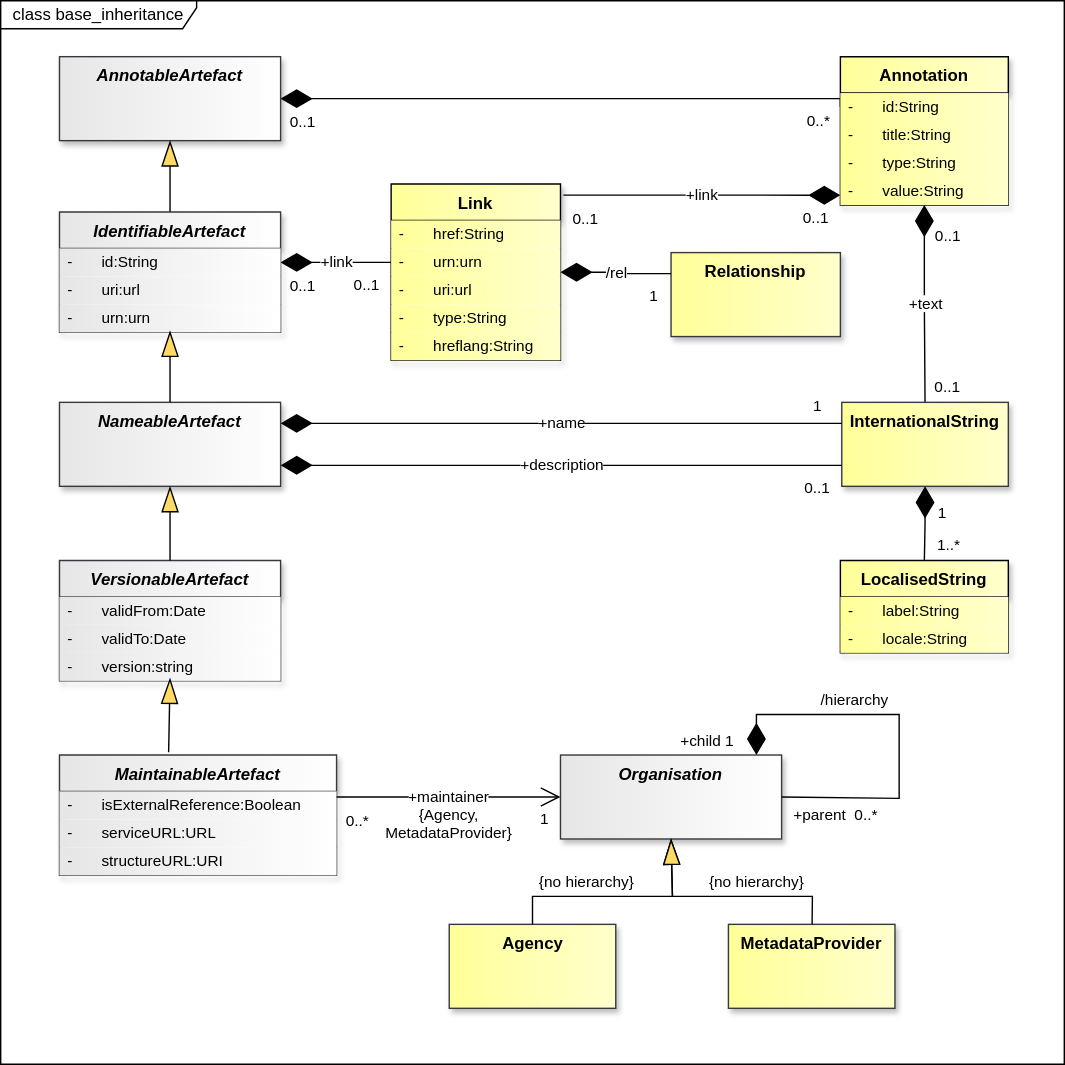
Above: docs/information_model/media/sdmx_base-base_inheritance.svg in dosse/sdmx-im (draw.io), before the change. Source tidied: cells renumbered, new cells last; positions are measured from the earlier drawing's top-left corner, leaving out a move shared by most shapes.
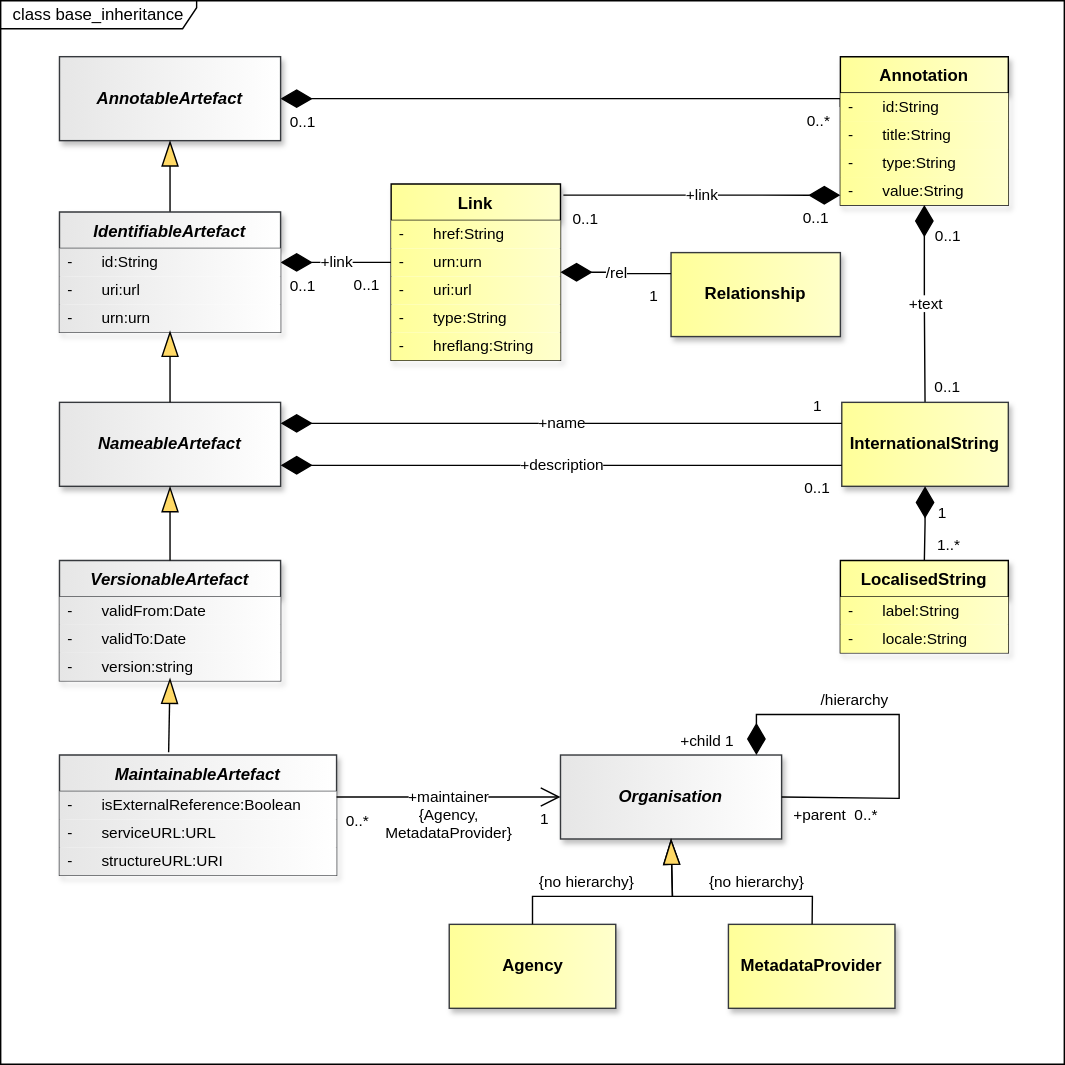
The same diagram one commit later.

Commit message:
https://github.com/sdmx-twg/sdmx-im/issues/1

The edit, as a diff of the source:
```diff
@@ -123,7 +123,7 @@
     <mxCell id="37" value="-&lt;span style=&quot;white-space: pre;&quot;&gt;&#9;&lt;/span&gt;value:String" style="text;strokeColor=none;fillColor=light-dark(#FFFF99,#FFFF99);align=left;verticalAlign=middle;spacingLeft=4;spacingRight=4;overflow=hidden;whiteSpace=wrap;html=1;fontSize=11;gradientColor=light-dark(#FFFFCC,#FFFFCC);gradientDirection=east;fontColor=light-dark(#000000,#000000);strokeWidth=0;" parent="33" vertex="1">
       <mxGeometry y="86" width="120" height="20" as="geometry" />
     </mxCell>
-    <mxCell id="38" value="&lt;span&gt;&lt;span&gt;AnnotableArtefact&lt;/span&gt;&lt;/span&gt;" style="whiteSpace=wrap;html=1;verticalAlign=top;gradientDirection=east;imageVerticalAlign=top;fontStyle=3;fillColor=light-dark(#E6E6E6,#E6E6E6);strokeColor=#36393d;fontColor=light-dark(#000000,#000000);gradientColor=light-dark(#FFFFFF,#FFFFFF);shadow=1;" parent="1" vertex="1">
+    <mxCell id="38" value="&lt;span&gt;&lt;span&gt;AnnotableArtefact&lt;/span&gt;&lt;/span&gt;" style="whiteSpace=wrap;html=1;verticalAlign=middle;gradientDirection=east;imageVerticalAlign=top;fontStyle=3;fillColor=light-dark(#E6E6E6,#E6E6E6);strokeColor=#36393d;fontColor=light-dark(#000000,#000000);gradientColor=light-dark(#FFFFFF,#FFFFFF);shadow=1;" parent="1" vertex="1">
       <mxGeometry x="42" y="40" width="158" height="60" as="geometry" />
     </mxCell>
     <mxCell id="39" style="endArrow=blockThin;endSize=16;endFill=1;html=1;rounded=0;entryX=0.5;entryY=1;entryDx=0;entryDy=0;exitX=0.5;exitY=0;exitDx=0;exitDy=0;startFill=0;endFillColor=light-dark(#FFD966,#FFD966);strokeColor=light-dark(#000000,#FFFFFF);startFillColor=light-dark(#000000,#FFFFFF);labelBackgroundColor=none;labelBorderColor=light-dark(#000000,#FFFFFF);" parent="1" edge="1" source="40" target="38">
@@ -154,10 +154,10 @@
         <mxPoint x="25" y="-25" as="offset" />
       </mxGeometry>
     </mxCell>
-    <mxCell id="47" value="&lt;span&gt;&lt;span&gt;InternationalString&lt;/span&gt;&lt;/span&gt;" style="whiteSpace=wrap;html=1;verticalAlign=top;gradientDirection=east;imageVerticalAlign=top;fontStyle=1;fillColor=light-dark(#FFFF99,#FFFF99);strokeColor=#36393d;fontColor=light-dark(#000000,#000000);gradientColor=light-dark(#FFFFCC,#FFFFCC);shadow=1;" parent="1" vertex="1">
+    <mxCell id="47" value="&lt;span&gt;&lt;span&gt;InternationalString&lt;/span&gt;&lt;/span&gt;" style="whiteSpace=wrap;html=1;verticalAlign=middle;gradientDirection=east;imageVerticalAlign=top;fontStyle=1;fillColor=light-dark(#FFFF99,#FFFF99);strokeColor=#36393d;fontColor=light-dark(#000000,#000000);gradientColor=light-dark(#FFFFCC,#FFFFCC);shadow=1;" parent="1" vertex="1">
       <mxGeometry x="601" y="287" width="119" height="60" as="geometry" />
     </mxCell>
-    <mxCell id="48" value="NameableArtefact" style="whiteSpace=wrap;html=1;verticalAlign=top;gradientDirection=east;imageVerticalAlign=top;fontStyle=3;fillColor=light-dark(#E6E6E6,#E6E6E6);strokeColor=#36393d;fontColor=light-dark(#000000,#000000);gradientColor=light-dark(#FFFFFF,#FFFFFF);shadow=1;" parent="1" vertex="1">
+    <mxCell id="48" value="NameableArtefact" style="whiteSpace=wrap;html=1;verticalAlign=middle;gradientDirection=east;imageVerticalAlign=top;fontStyle=3;fillColor=light-dark(#E6E6E6,#E6E6E6);strokeColor=#36393d;fontColor=light-dark(#000000,#000000);gradientColor=light-dark(#FFFFFF,#FFFFFF);shadow=1;" parent="1" vertex="1">
       <mxGeometry x="42" y="287" width="158" height="60" as="geometry" />
     </mxCell>
     <mxCell id="49" style="endArrow=blockThin;endSize=16;endFill=1;html=1;rounded=0;entryX=0.5;entryY=0.95;entryDx=0;entryDy=0;exitX=0.5;exitY=0;exitDx=0;exitDy=0;startFill=0;endFillColor=light-dark(#FFD966,#FFD966);strokeColor=light-dark(#000000,#FFFFFF);startFillColor=light-dark(#000000,#FFFFFF);labelBackgroundColor=none;labelBorderColor=light-dark(#000000,#FFFFFF);entryPerimeter=0;" parent="1" edge="1" source="48" target="43">
@@ -190,7 +190,7 @@
     <mxCell id="58" value="-&lt;span style=&quot;white-space: pre;&quot;&gt;&#9;&lt;/span&gt;hreflang:String" style="text;strokeColor=none;fillColor=light-dark(#FFFF99,#FFFF99);align=left;verticalAlign=middle;spacingLeft=4;spacingRight=4;overflow=hidden;whiteSpace=wrap;html=1;fontSize=11;gradientColor=light-dark(#FFFFCC,#FFFFCC);gradientDirection=east;fontColor=light-dark(#000000,#000000);strokeWidth=0;" parent="53" vertex="1">
       <mxGeometry y="106" width="121" height="20" as="geometry" />
     </mxCell>
-    <mxCell id="59" value="&lt;span&gt;&lt;span&gt;Relationship&lt;/span&gt;&lt;/span&gt;" style="whiteSpace=wrap;html=1;verticalAlign=top;gradientDirection=east;imageVerticalAlign=top;fontStyle=1;fillColor=light-dark(#FFFF99,#FFFF99);strokeColor=#36393d;fontColor=light-dark(#000000,#000000);gradientColor=light-dark(#FFFFCC,#FFFFCC);shadow=1;" parent="1" vertex="1">
+    <mxCell id="59" value="&lt;span&gt;&lt;span&gt;Relationship&lt;/span&gt;&lt;/span&gt;" style="whiteSpace=wrap;html=1;verticalAlign=middle;gradientDirection=east;imageVerticalAlign=top;fontStyle=1;fillColor=light-dark(#FFFF99,#FFFF99);strokeColor=#36393d;fontColor=light-dark(#000000,#000000);gradientColor=light-dark(#FFFFCC,#FFFFCC);shadow=1;" parent="1" vertex="1">
       <mxGeometry x="479" y="180" width="121" height="60" as="geometry" />
     </mxCell>
     <mxCell id="60" value="VersionableArtefact" style="swimlane;fontStyle=3;align=center;verticalAlign=top;horizontal=1;startSize=26;whiteSpace=wrap;html=1;strokeColor=#36393d;fontFamily=Helvetica;fontSize=12;fillColor=light-dark(#E6E6E6,#E6E6E6);gradientDirection=east;gradientColor=light-dark(#FFFFFF,#FFFFFF);fontColor=light-dark(#000000,#000000);shadow=1;" parent="1" vertex="1">
@@ -260,7 +260,7 @@
     <mxCell id="78" style="endArrow=blockThin;endSize=16;endFill=1;html=1;rounded=0;entryX=0.5;entryY=0.9;entryDx=0;entryDy=0;exitX=0.394;exitY=-0.023;exitDx=0;exitDy=0;startFill=0;endFillColor=light-dark(#FFD966,#FFD966);strokeColor=light-dark(#000000,#FFFFFF);startFillColor=light-dark(#000000,#FFFFFF);labelBackgroundColor=none;labelBorderColor=light-dark(#000000,#FFFFFF);entryPerimeter=0;exitPerimeter=0;" parent="1" edge="1" source="74" target="63">
       <mxGeometry relative="1" as="geometry" />
     </mxCell>
-    <mxCell id="79" value="Organisation" style="whiteSpace=wrap;html=1;verticalAlign=top;gradientDirection=east;imageVerticalAlign=top;fontStyle=3;fillColor=light-dark(#E6E6E6,#E6E6E6);strokeColor=#36393d;fontColor=light-dark(#000000,#000000);gradientColor=light-dark(#FFFFFF,#FFFFFF);shadow=1;" parent="1" vertex="1">
+    <mxCell id="79" value="Organisation" style="whiteSpace=wrap;html=1;verticalAlign=middle;gradientDirection=east;imageVerticalAlign=top;fontStyle=3;fillColor=light-dark(#E6E6E6,#E6E6E6);strokeColor=#36393d;fontColor=light-dark(#000000,#000000);gradientColor=light-dark(#FFFFFF,#FFFFFF);shadow=1;" parent="1" vertex="1">
       <mxGeometry x="400" y="539" width="158" height="60" as="geometry" />
     </mxCell>
     <mxCell id="80" value="&lt;font style=&quot;color: light-dark(rgb(0, 0, 0), rgb(255, 255, 255)); background-color: light-dark(rgb(255, 255, 255), rgb(0, 0, 0));&quot;&gt;&lt;br&gt;&lt;br&gt;+maintainer&lt;br&gt;{Agency,&lt;br&gt;MetadataProvider}&lt;/font&gt;" style="endArrow=open;html=1;endSize=12;startArrow=none;startSize=20;startFill=0;edgeStyle=orthogonalEdgeStyle;rounded=0;endFill=0;strokeColor=light-dark(#000000,#FFFFFF);fontColor=light-dark(#000000,#FFFFFF);labelBackgroundColor=none;entryX=0;entryY=0.5;entryDx=0;entryDy=0;" parent="1" edge="1" target="79">
@@ -297,10 +297,10 @@
         <mxPoint x="69" as="offset" />
       </mxGeometry>
     </mxCell>
-    <mxCell id="86" value="&lt;span&gt;&lt;span&gt;Agency&lt;/span&gt;&lt;/span&gt;" style="whiteSpace=wrap;html=1;verticalAlign=top;gradientDirection=east;imageVerticalAlign=top;fontStyle=1;fillColor=light-dark(#FFFF99,#FFFF99);strokeColor=#36393d;fontColor=light-dark(#000000,#000000);gradientColor=light-dark(#FFFFCC,#FFFFCC);shadow=1;" parent="1" vertex="1">
+    <mxCell id="86" value="&lt;span&gt;&lt;span&gt;Agency&lt;/span&gt;&lt;/span&gt;" style="whiteSpace=wrap;html=1;verticalAlign=middle;gradientDirection=east;imageVerticalAlign=top;fontStyle=1;fillColor=light-dark(#FFFF99,#FFFF99);strokeColor=#36393d;fontColor=light-dark(#000000,#000000);gradientColor=light-dark(#FFFFCC,#FFFFCC);shadow=1;" parent="1" vertex="1">
       <mxGeometry x="320.5" y="660" width="119" height="60" as="geometry" />
     </mxCell>
-    <mxCell id="87" value="&lt;span&gt;&lt;span&gt;MetadataProvider&lt;/span&gt;&lt;/span&gt;" style="whiteSpace=wrap;html=1;verticalAlign=top;gradientDirection=east;imageVerticalAlign=top;fontStyle=1;fillColor=light-dark(#FFFF99,#FFFF99);strokeColor=#36393d;fontColor=light-dark(#000000,#000000);gradientColor=light-dark(#FFFFCC,#FFFFCC);shadow=1;" parent="1" vertex="1">
+    <mxCell id="87" value="&lt;span&gt;&lt;span&gt;MetadataProvider&lt;/span&gt;&lt;/span&gt;" style="whiteSpace=wrap;html=1;verticalAlign=middle;gradientDirection=east;imageVerticalAlign=top;fontStyle=1;fillColor=light-dark(#FFFF99,#FFFF99);strokeColor=#36393d;fontColor=light-dark(#000000,#000000);gradientColor=light-dark(#FFFFCC,#FFFFCC);shadow=1;" parent="1" vertex="1">
       <mxGeometry x="520" y="660" width="119" height="60" as="geometry" />
     </mxCell>
     <mxCell id="88" value="{no hierarchy}&amp;nbsp;" style="endArrow=blockThin;endSize=16;endFill=1;html=1;rounded=0;entryX=0.5;entryY=1;entryDx=0;entryDy=0;startFill=0;endFillColor=light-dark(#FFD966,#FFD966);strokeColor=light-dark(#000000,#FFFFFF);startFillColor=light-dark(#000000,#FFFFFF);labelBackgroundColor=none;labelBorderColor=none;exitX=0.5;exitY=0;exitDx=0;exitDy=0;fontColor=light-dark(#000000,#FFFFFF);" parent="1" edge="1" source="86" target="79">
```
